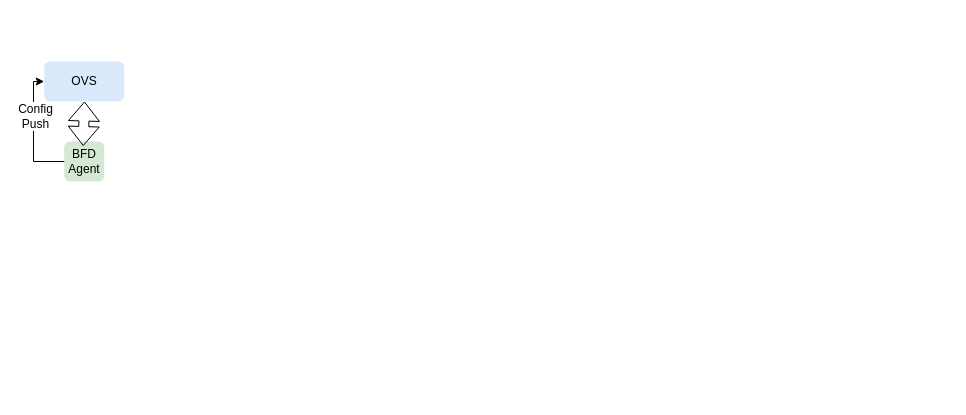
Earlier version of the draw.io diagram BFD-OVS-TUNNEL.drawio (sugchand/drawio). Source tidied: cells renumbered, new cells numbered last; positions are measured from the earlier drawing's top-left corner, leaving out a move shared by most shapes. Both pictures are drawn from the tidied source at 100%, with x=0, y=0 at pixel (33, 61).
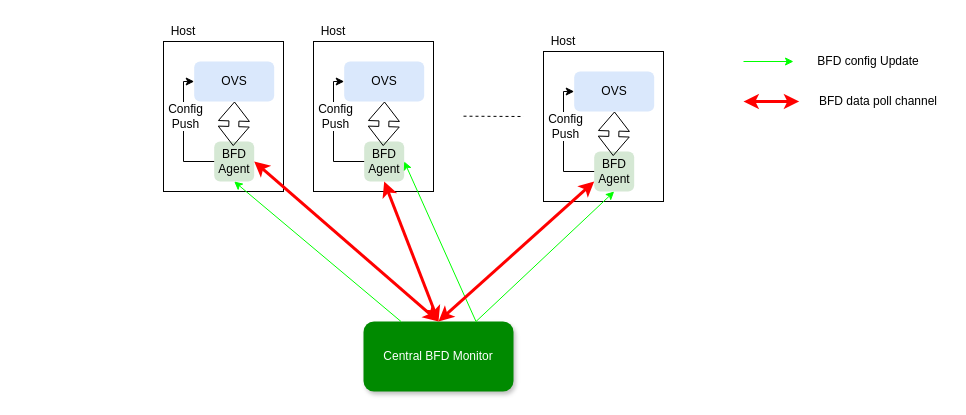
After the change.

The edit, as a diff of the source:
```diff
@@
+    <mxCell id="7" value="Central BFD Monitor" style="rounded=1;whiteSpace=wrap;html=1;fillColor=#008a00;strokeColor=none;fontColor=#ffffff;gradientColor=none;shadow=1;" parent="1" vertex="1">
+      <mxGeometry x="330" y="260" width="150" height="70" as="geometry" />
+    </mxCell>
+    <mxCell id="8" style="group;" parent="1" vertex="1">
+      <mxGeometry x="130" y="-40" width="120" height="170" as="geometry" />
+    </mxCell>
+    <mxCell id="9" style="rounded=0;whiteSpace=wrap;html=1;" parent="8" vertex="1">
+      <mxGeometry y="20" width="120" height="150" as="geometry" />
+    </mxCell>
-    <mxCell id="2" value="OVS" style="rounded=1;whiteSpace=wrap;html=1;fillColor=#dae8fc;strokeColor=none;" parent="1" vertex="1">
-      <mxGeometry x="10.7" width="80" height="40" as="geometry" />
+    <mxCell id="2" value="OVS" style="rounded=1;whiteSpace=wrap;html=1;fillColor=#dae8fc;strokeColor=none;" parent="8" vertex="1">
+      <mxGeometry x="30.7" y="40" width="80" height="40" as="geometry" />
     </mxCell>
-    <mxCell id="3" value="BFD&lt;br&gt;Agent" style="rounded=1;whiteSpace=wrap;html=1;fillColor=#d5e8d4;strokeColor=none;" parent="1" vertex="1">
-      <mxGeometry x="30.7" y="80" width="40" height="40" as="geometry" />
+    <mxCell id="3" value="BFD&lt;br&gt;Agent" style="rounded=1;whiteSpace=wrap;html=1;fillColor=#d5e8d4;strokeColor=none;" parent="8" vertex="1">
+      <mxGeometry x="50.7" y="120" width="40" height="40" as="geometry" />
     </mxCell>
-    <mxCell id="4" style="shape=flexArrow;endArrow=classic;startArrow=classic;html=1;entryX=0.475;entryY=0.114;entryDx=0;entryDy=0;entryPerimeter=0;" parent="1" edge="1" target="3">
+    <mxCell id="4" style="shape=flexArrow;endArrow=classic;startArrow=classic;html=1;entryX=0.475;entryY=0.114;entryDx=0;entryDy=0;entryPerimeter=0;" parent="8" edge="1" target="3">
       <mxGeometry relative="1" as="geometry">
-        <mxPoint x="51" y="40" as="sourcePoint" />
+        <mxPoint x="71" y="80" as="sourcePoint" />
       </mxGeometry>
     </mxCell>
-    <mxCell id="5" style="endArrow=classic;html=1;exitX=0;exitY=0.5;exitDx=0;exitDy=0;entryX=0;entryY=0.5;entryDx=0;entryDy=0;edgeStyle=orthogonalEdgeStyle;rounded=0;" parent="1" edge="1" source="3" target="2">
+    <mxCell id="5" style="endArrow=classic;html=1;exitX=0;exitY=0.5;exitDx=0;exitDy=0;entryX=0;entryY=0.5;entryDx=0;entryDy=0;edgeStyle=orthogonalEdgeStyle;rounded=0;" parent="8" edge="1" source="3" target="2">
       <mxGeometry relative="1" as="geometry">
         <Array as="points">
-          <mxPoint y="100" />
-          <mxPoint y="20" />
+          <mxPoint x="20" y="140" />
+          <mxPoint x="20" y="60" />
         </Array>
       </mxGeometry>
     </mxCell>
@@
+    <mxCell id="10" value="Host" style="text;html=1;strokeColor=none;fillColor=none;align=center;verticalAlign=middle;whiteSpace=wrap;rounded=0;shadow=1;" parent="8" vertex="1">
+      <mxGeometry width="40" height="20" as="geometry" />
+    </mxCell>
+    <mxCell id="11" style="group;" parent="1" vertex="1">
+      <mxGeometry x="280" y="-40" width="120" height="170" as="geometry" />
+    </mxCell>
+    <mxCell id="12" style="rounded=0;whiteSpace=wrap;html=1;" parent="11" vertex="1">
+      <mxGeometry y="20" width="120" height="150" as="geometry" />
+    </mxCell>
+    <mxCell id="13" value="OVS" style="rounded=1;whiteSpace=wrap;html=1;fillColor=#dae8fc;strokeColor=none;" parent="11" vertex="1">
+      <mxGeometry x="30.7" y="40" width="80" height="40" as="geometry" />
+    </mxCell>
+    <mxCell id="14" value="BFD&lt;br&gt;Agent" style="rounded=1;whiteSpace=wrap;html=1;fillColor=#d5e8d4;strokeColor=none;" parent="11" vertex="1">
+      <mxGeometry x="50.7" y="120" width="40" height="40" as="geometry" />
+    </mxCell>
+    <mxCell id="15" style="shape=flexArrow;endArrow=classic;startArrow=classic;html=1;entryX=0.475;entryY=0.114;entryDx=0;entryDy=0;entryPerimeter=0;" parent="11" edge="1" target="14">
+      <mxGeometry relative="1" as="geometry">
+        <mxPoint x="71" y="80" as="sourcePoint" />
+      </mxGeometry>
+    </mxCell>
+    <mxCell id="16" style="endArrow=classic;html=1;exitX=0;exitY=0.5;exitDx=0;exitDy=0;entryX=0;entryY=0.5;entryDx=0;entryDy=0;edgeStyle=orthogonalEdgeStyle;rounded=0;" parent="11" edge="1" source="14" target="13">
+      <mxGeometry relative="1" as="geometry">
+        <Array as="points">
+          <mxPoint x="20" y="140" />
+          <mxPoint x="20" y="60" />
+        </Array>
+      </mxGeometry>
+    </mxCell>
+    <mxCell id="17" value="Config&lt;br&gt;Push" style="text;html=1;align=center;verticalAlign=middle;labelBackgroundColor=#ffffff;" parent="16" vertex="1">
+      <mxGeometry x="0.26" y="-1" relative="1" as="geometry" />
+    </mxCell>
+    <mxCell id="18" value="Host" style="text;html=1;strokeColor=none;fillColor=none;align=center;verticalAlign=middle;whiteSpace=wrap;rounded=0;shadow=1;" parent="11" vertex="1">
+      <mxGeometry width="40" height="20" as="geometry" />
+    </mxCell>
+    <mxCell id="19" style="group;" parent="1" vertex="1">
+      <mxGeometry x="510" y="-30" width="120" height="170" as="geometry" />
+    </mxCell>
+    <mxCell id="20" style="rounded=0;whiteSpace=wrap;html=1;" parent="19" vertex="1">
+      <mxGeometry y="20" width="120" height="150" as="geometry" />
+    </mxCell>
+    <mxCell id="21" value="OVS" style="rounded=1;whiteSpace=wrap;html=1;fillColor=#dae8fc;strokeColor=none;" parent="19" vertex="1">
+      <mxGeometry x="30.7" y="40" width="80" height="40" as="geometry" />
+    </mxCell>
+    <mxCell id="22" value="BFD&lt;br&gt;Agent" style="rounded=1;whiteSpace=wrap;html=1;fillColor=#d5e8d4;strokeColor=none;" parent="19" vertex="1">
+      <mxGeometry x="50.7" y="120" width="40" height="40" as="geometry" />
+    </mxCell>
+    <mxCell id="23" style="shape=flexArrow;endArrow=classic;startArrow=classic;html=1;entryX=0.475;entryY=0.114;entryDx=0;entryDy=0;entryPerimeter=0;" parent="19" edge="1" target="22">
+      <mxGeometry relative="1" as="geometry">
+        <mxPoint x="71" y="80" as="sourcePoint" />
+      </mxGeometry>
+    </mxCell>
+    <mxCell id="24" style="endArrow=classic;html=1;exitX=0;exitY=0.5;exitDx=0;exitDy=0;entryX=0;entryY=0.5;entryDx=0;entryDy=0;edgeStyle=orthogonalEdgeStyle;rounded=0;" parent="19" edge="1" source="22" target="21">
+      <mxGeometry relative="1" as="geometry">
+        <Array as="points">
+          <mxPoint x="20" y="140" />
+          <mxPoint x="20" y="60" />
+        </Array>
+      </mxGeometry>
+    </mxCell>
+    <mxCell id="25" value="Config&lt;br&gt;Push" style="text;html=1;align=center;verticalAlign=middle;labelBackgroundColor=#ffffff;" parent="24" vertex="1">
+      <mxGeometry x="0.26" y="-1" relative="1" as="geometry" />
+    </mxCell>
+    <mxCell id="26" value="Host" style="text;html=1;strokeColor=none;fillColor=none;align=center;verticalAlign=middle;whiteSpace=wrap;rounded=0;shadow=1;" parent="19" vertex="1">
+      <mxGeometry width="40" height="20" as="geometry" />
+    </mxCell>
+    <mxCell id="27" style="endArrow=none;dashed=1;html=1;" parent="1" edge="1">
+      <mxGeometry relative="1" as="geometry">
+        <mxPoint x="430" y="54.7" as="sourcePoint" />
+        <mxPoint x="490" y="55" as="targetPoint" />
+      </mxGeometry>
+    </mxCell>
+    <mxCell id="28" style="endArrow=classic;html=1;exitX=0.25;exitY=0;exitDx=0;exitDy=0;entryX=0.5;entryY=1;entryDx=0;entryDy=0;strokeColor=#00FF00;" parent="1" edge="1" source="7" target="3">
+      <mxGeometry relative="1" as="geometry" />
+    </mxCell>
+    <mxCell id="29" style="endArrow=classic;html=1;exitX=0.75;exitY=0;exitDx=0;exitDy=0;entryX=1;entryY=0.5;entryDx=0;entryDy=0;strokeColor=#00FF00;" parent="1" edge="1" source="7" target="14">
+      <mxGeometry relative="1" as="geometry" />
+    </mxCell>
+    <mxCell id="30" style="endArrow=classic;html=1;exitX=0.75;exitY=0;exitDx=0;exitDy=0;entryX=0.5;entryY=1;entryDx=0;entryDy=0;strokeColor=#00FF00;" parent="1" edge="1" source="7" target="22">
+      <mxGeometry relative="1" as="geometry" />
+    </mxCell>
+    <mxCell id="31" style="endArrow=classic;startArrow=classic;html=1;strokeColor=#FF0000;strokeWidth=3;exitX=0.5;exitY=0;exitDx=0;exitDy=0;entryX=1;entryY=0.5;entryDx=0;entryDy=0;" parent="1" edge="1" source="7" target="3">
+      <mxGeometry relative="1" as="geometry" />
+    </mxCell>
+    <mxCell id="32" style="endArrow=classic;startArrow=classic;html=1;strokeColor=#FF0000;strokeWidth=3;exitX=0.5;exitY=0;exitDx=0;exitDy=0;entryX=0.5;entryY=1;entryDx=0;entryDy=0;" parent="1" edge="1" source="7" target="14">
+      <mxGeometry relative="1" as="geometry" />
+    </mxCell>
+    <mxCell id="33" style="endArrow=classic;startArrow=classic;html=1;strokeColor=#FF0000;strokeWidth=3;entryX=0;entryY=0.75;entryDx=0;entryDy=0;" parent="1" edge="1" target="22">
+      <mxGeometry relative="1" as="geometry">
+        <mxPoint x="405" y="260" as="sourcePoint" />
+      </mxGeometry>
+    </mxCell>
+    <mxCell id="34" style="endArrow=classic;html=1;strokeColor=#00FF00;" parent="1" edge="1">
+      <mxGeometry relative="1" as="geometry">
+        <mxPoint x="710" as="sourcePoint" />
+        <mxPoint x="760" as="targetPoint" />
+      </mxGeometry>
+    </mxCell>
+    <mxCell id="35" value="BFD config Update" style="text;html=1;strokeColor=none;fillColor=none;align=center;verticalAlign=middle;whiteSpace=wrap;rounded=0;shadow=1;" parent="1" vertex="1">
+      <mxGeometry x="780" y="-10" width="110" height="20" as="geometry" />
+    </mxCell>
+    <mxCell id="36" style="endArrow=classic;startArrow=classic;html=1;strokeColor=#FF0000;strokeWidth=3;exitX=0.5;exitY=0;exitDx=0;exitDy=0;" parent="1" edge="1">
+      <mxGeometry relative="1" as="geometry">
+        <mxPoint x="710" y="40" as="sourcePoint" />
+        <mxPoint x="765.7" y="40" as="targetPoint" />
+      </mxGeometry>
+    </mxCell>
+    <mxCell id="37" value="BFD data poll channel" style="text;html=1;strokeColor=none;fillColor=none;align=center;verticalAlign=middle;whiteSpace=wrap;rounded=0;shadow=1;" parent="1" vertex="1">
+      <mxGeometry x="780" y="30" width="130" height="20" as="geometry" />
+    </mxCell>
```
